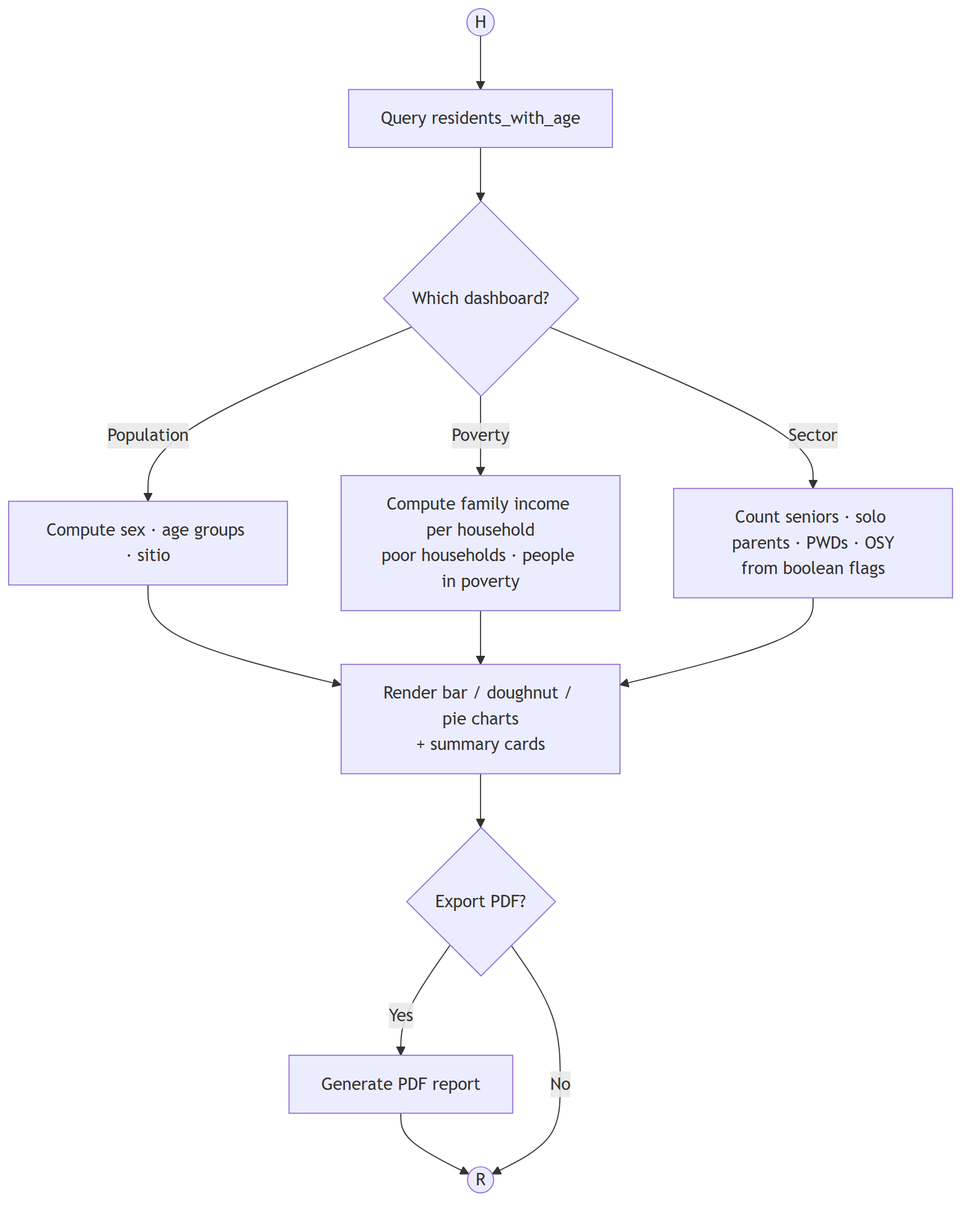
Above: diagrams/modules/analytics_dashboards.png in KellyEspera/protect (Mermaid), before the change. Its source is kept beside it as diagrams/modules/analytics_dashboards.mmd.
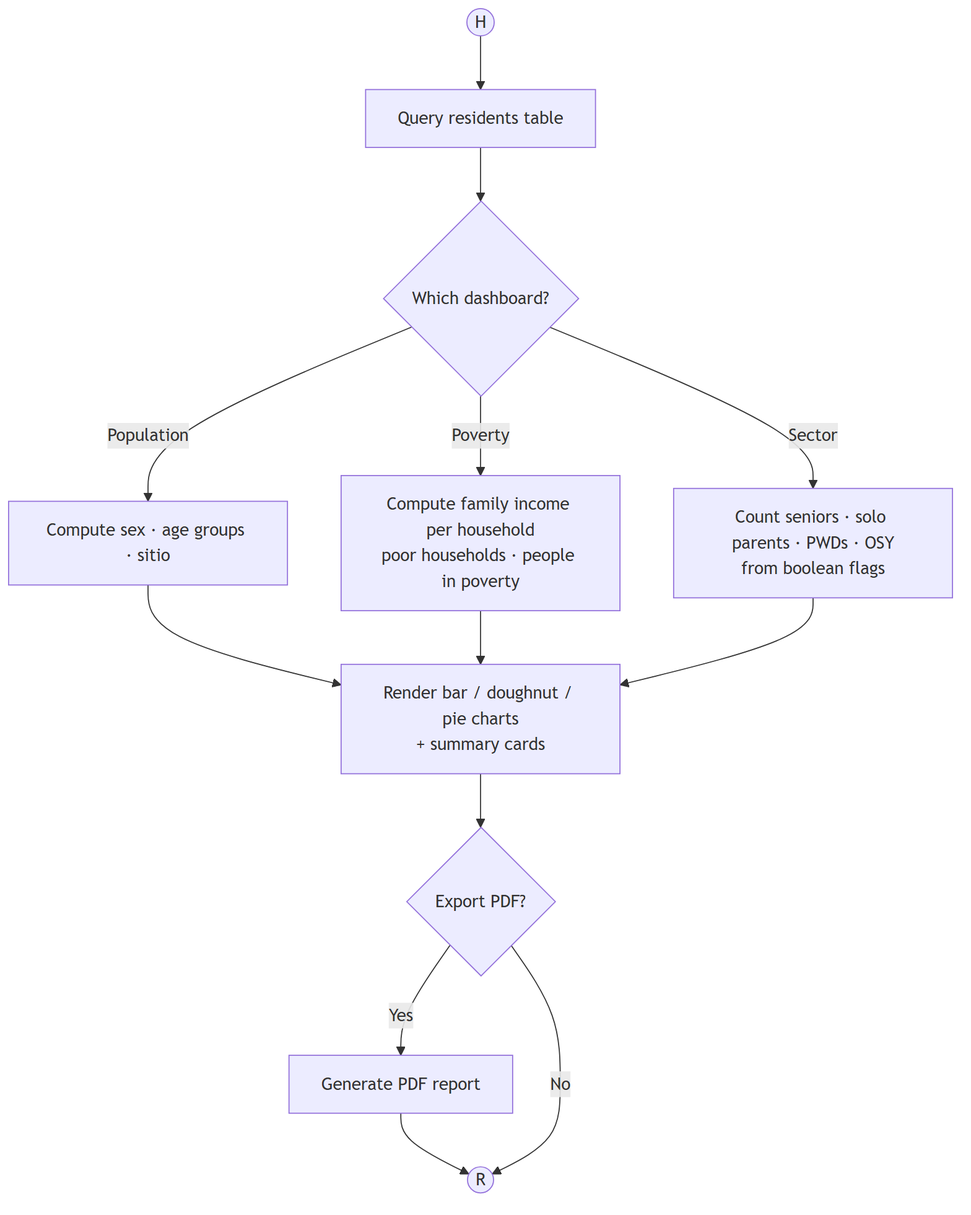
The same file after the commit.

Diff of the diagram source:
```diff
@@ -1,5 +1,5 @@
 flowchart TD
-    H((H)) --> Query[Query residents_with_age]
+    H((H)) --> Query[Query residents table]
     Query --> Type{Which dashboard?}
 
     Type -- Population --> P1[Compute sex · age groups · sitio]
```
